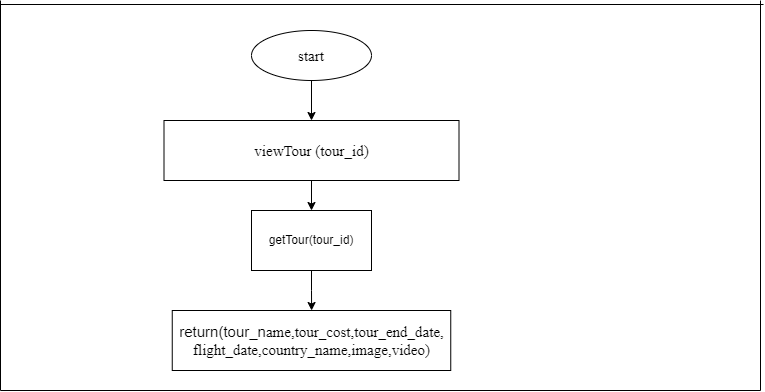
Earlier version of the draw.io export Definition/Design/low level design/flowchart/view tour.drawio.png (SaadHamdy1999/TravelAdvisor). Source tidied: cells renumbered, new cells last; positions are measured from the earlier drawing's top-left corner, leaving out a move shared by most shapes. Its diagram source:
```xml
<mxGraphModel>
  <root>
    <mxCell id="0" />
    <mxCell id="1" parent="0" />
    <mxCell id="2" style="edgeStyle=orthogonalEdgeStyle;rounded=0;jettySize=auto;html=1;" parent="1" edge="1" source="3" target="5">
      <mxGeometry relative="1" as="geometry" />
    </mxCell>
    <mxCell id="3" value="&lt;font face=&quot;Times New Roman&quot; style=&quot;font-size: 15px;&quot;&gt;start&lt;/font&gt;" style="ellipse;whiteSpace=wrap;html=1;" parent="1" vertex="1">
      <mxGeometry x="251" y="30" width="120" height="50" as="geometry" />
    </mxCell>
    <mxCell id="4" style="edgeStyle=orthogonalEdgeStyle;rounded=0;jettySize=auto;html=1;fontFamily=Times New Roman;fontSize=15;" parent="1" edge="1" source="5" target="11">
      <mxGeometry relative="1" as="geometry" />
    </mxCell>
    <mxCell id="5" value="&lt;font face=&quot;Times New Roman&quot; style=&quot;font-size: 15px;&quot;&gt;viewTour (tour_id&lt;span style=&quot;position: relative; top: 0.5pt;&quot;&gt;)&lt;/span&gt;&lt;/font&gt;" style="whiteSpace=wrap;html=1;" parent="1" vertex="1">
      <mxGeometry x="163.5" y="120" width="295" height="60" as="geometry" />
    </mxCell>
    <mxCell id="6" style="endArrow=none;html=1;rounded=0;" parent="1" edge="1">
      <mxGeometry relative="1" as="geometry">
        <mxPoint y="390" as="sourcePoint" />
        <mxPoint x="760" y="390" as="targetPoint" />
      </mxGeometry>
    </mxCell>
    <mxCell id="7" style="endArrow=none;html=1;rounded=0;" parent="1" edge="1">
      <mxGeometry relative="1" as="geometry">
        <mxPoint y="4" as="sourcePoint" />
        <mxPoint x="763" y="4" as="targetPoint" />
      </mxGeometry>
    </mxCell>
    <mxCell id="8" style="endArrow=none;html=1;rounded=0;" parent="1" edge="1">
      <mxGeometry relative="1" as="geometry">
        <mxPoint x="760" y="390" as="sourcePoint" />
        <mxPoint x="760" as="targetPoint" />
      </mxGeometry>
    </mxCell>
    <mxCell id="9" style="endArrow=none;html=1;rounded=0;" parent="1" edge="1">
      <mxGeometry relative="1" as="geometry">
        <mxPoint y="390" as="sourcePoint" />
        <mxPoint as="targetPoint" />
      </mxGeometry>
    </mxCell>
    <mxCell id="10" style="edgeStyle=orthogonalEdgeStyle;rounded=0;jettySize=auto;html=1;fontFamily=Times New Roman;fontSize=15;" parent="1" edge="1" source="11" target="12">
      <mxGeometry relative="1" as="geometry" />
    </mxCell>
    <mxCell id="11" value="getTour(tour_id)" style="whiteSpace=wrap;html=1;" parent="1" vertex="1">
      <mxGeometry x="251" y="210" width="120" height="60" as="geometry" />
    </mxCell>
    <mxCell id="12" value="&lt;span style=&quot;font-size: 15px;&quot;&gt;return(tour_n&lt;/span&gt;&lt;span style=&quot;font-size: 15px; font-family: times, serif; position: relative; top: 0.5pt;&quot;&gt;ame,tour_cost,tour_end_date, flight_date,country_name,image,video)&lt;/span&gt;" style="whiteSpace=wrap;html=1;" parent="1" vertex="1">
      <mxGeometry x="171.8" y="310" width="278.5" height="60" as="geometry" />
    </mxCell>
  </root>
</mxGraphModel>
```
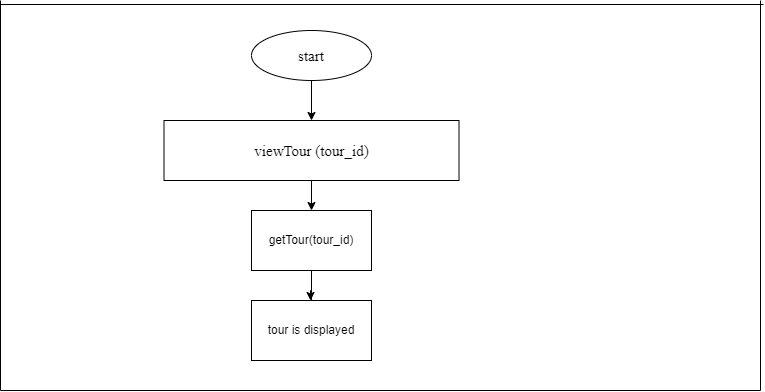
Later version of the same file.

What changed in the source:
```diff
@@ -38,14 +38,24 @@
         <mxPoint as="targetPoint" />
       </mxGeometry>
     </mxCell>
-    <mxCell id="10" style="edgeStyle=orthogonalEdgeStyle;rounded=0;jettySize=auto;html=1;fontFamily=Times New Roman;fontSize=15;" parent="1" edge="1" source="11" target="12">
-      <mxGeometry relative="1" as="geometry" />
+    <mxCell id="10" style="edgeStyle=orthogonalEdgeStyle;rounded=0;jettySize=auto;html=1;fontFamily=Times New Roman;fontSize=15;" parent="1" edge="1" source="11">
+      <mxGeometry relative="1" as="geometry">
+        <mxPoint x="311.1" y="310" as="targetPoint" />
+      </mxGeometry>
     </mxCell>
+    <mxCell id="13" style="edgeStyle=orthogonalEdgeStyle;rounded=0;jettySize=auto;html=1;" parent="1" edge="1" source="11" target="14">
+      <mxGeometry relative="1" as="geometry">
+        <Array as="points">
+          <mxPoint x="311" y="290" />
+          <mxPoint x="310" y="290" />
+        </Array>
+      </mxGeometry>
+    </mxCell>
     <mxCell id="11" value="getTour(tour_id)" style="whiteSpace=wrap;html=1;" parent="1" vertex="1">
       <mxGeometry x="251" y="210" width="120" height="60" as="geometry" />
     </mxCell>
-    <mxCell id="12" value="&lt;span style=&quot;font-size: 15px;&quot;&gt;return(tour_n&lt;/span&gt;&lt;span style=&quot;font-size: 15px; font-family: times, serif; position: relative; top: 0.5pt;&quot;&gt;ame,tour_cost,tour_end_date, flight_date,country_name,image,video)&lt;/span&gt;" style="whiteSpace=wrap;html=1;" parent="1" vertex="1">
-      <mxGeometry x="171.8" y="310" width="278.5" height="60" as="geometry" />
-    </mxCell>
+    <mxCell id="14" value="tour is displayed" style="whiteSpace=wrap;html=1;" parent="1" vertex="1">
+      <mxGeometry x="251" y="300" width="120" height="60" as="geometry" />
+    </mxCell>
   </root>
 </mxGraphModel>
```
